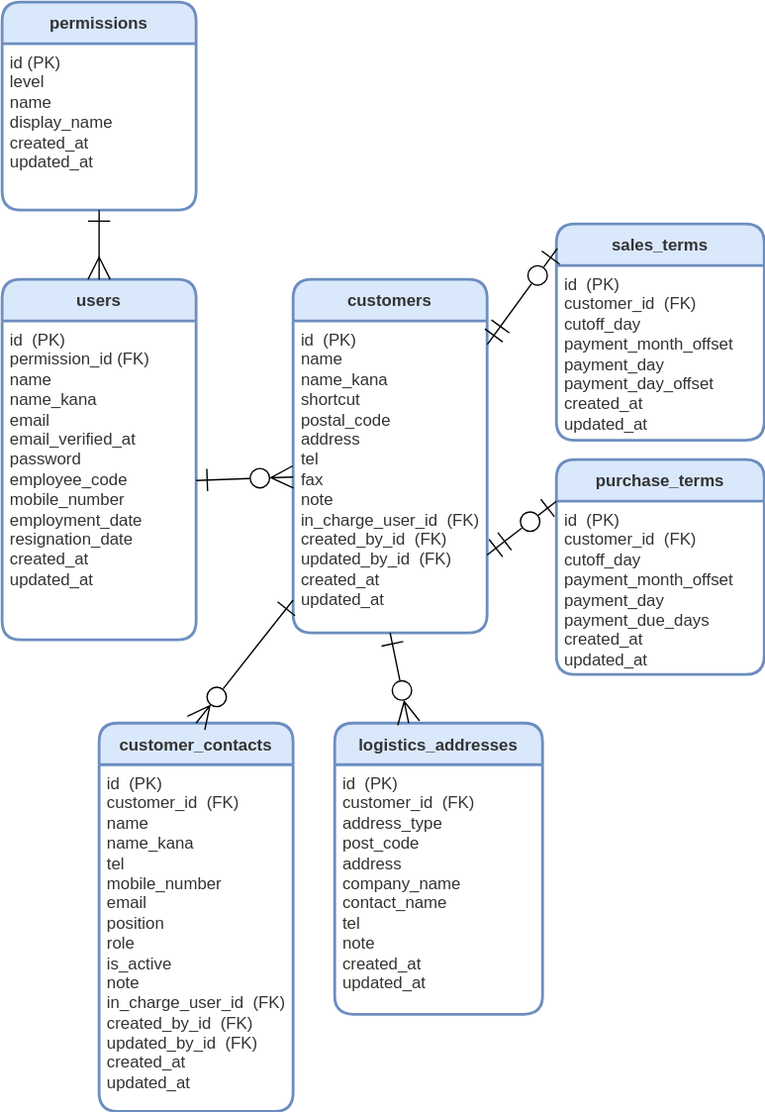
This is src/docs/ER.drawio.svg from ryo-tom/flagship, a draw.io export, as it was before one commit. Source tidied: cells renumbered, new cells last; positions are measured from the earlier drawing's top-left corner, leaving out a move shared by most shapes.
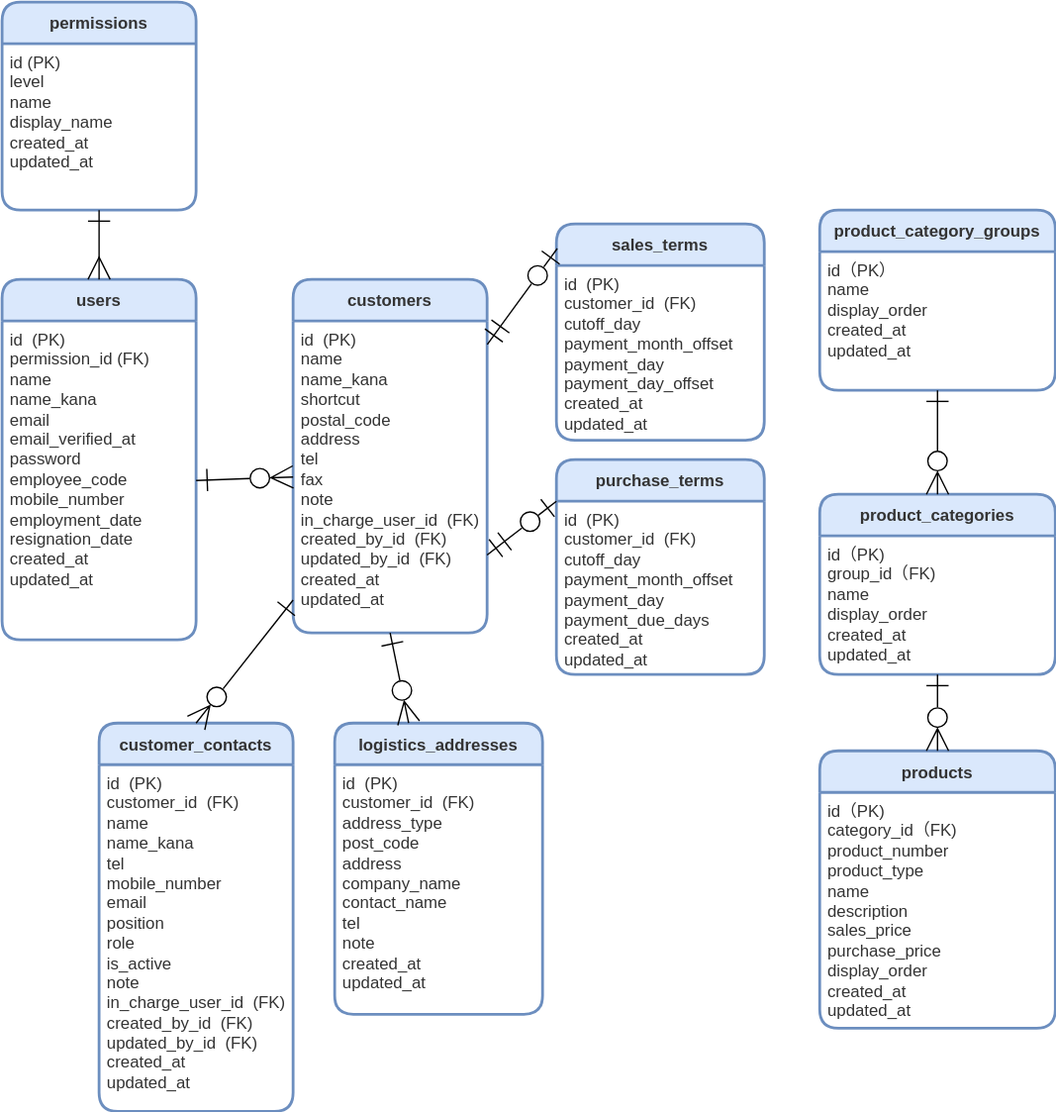
The same diagram one commit later.

The edit, as a diff of the source:
```diff
@@ -62,5 +62,29 @@
     <mxCell id="21" style="edgeStyle=none;shape=connector;rounded=1;jumpStyle=none;jumpSize=6;html=1;exitX=1;exitY=0.75;exitDx=0;exitDy=0;entryX=0;entryY=0;entryDx=0;entryDy=0;shadow=0;labelBackgroundColor=default;strokeColor=default;fontFamily=Helvetica;fontSize=12;fontColor=default;startArrow=ERmandOne;startFill=0;endArrow=ERzeroToOne;endFill=0;startSize=14;endSize=14;targetPerimeterSpacing=0;verticalAlign=top;" parent="1" edge="1" source="8" target="19">
       <mxGeometry relative="1" as="geometry" />
     </mxCell>
+    <mxCell id="22" value="product_category_groups" style="swimlane;horizontal=1;startSize=30;rounded=1;fontSize=12;fontStyle=1;strokeWidth=2;shadow=0;dashed=0;align=center;fillColor=#dae8fc;strokeColor=#6c8ebf;fontColor=#333333;labelBackgroundColor=none;gradientColor=none;swimlaneFillColor=#FFFFFF;verticalAlign=middle;" parent="1" vertex="1">
+      <mxGeometry x="590" y="150" width="170" height="130" as="geometry" />
+    </mxCell>
+    <mxCell id="23" value="&lt;div&gt;id（PK）&lt;/div&gt;&lt;div&gt;name&lt;/div&gt;&lt;div&gt;display_order&lt;/div&gt;&lt;div&gt;created_at&lt;/div&gt;&lt;div&gt;updated_at&lt;/div&gt;" style="align=left;strokeColor=none;fillColor=none;spacingLeft=4;fontSize=12;verticalAlign=top;fontColor=#333333;html=1;" parent="22" vertex="1">
+      <mxGeometry y="30" width="170" height="100" as="geometry" />
+    </mxCell>
+    <mxCell id="24" value="product_categories" style="swimlane;horizontal=1;startSize=30;rounded=1;fontSize=12;fontStyle=1;strokeWidth=2;shadow=0;dashed=0;align=center;fillColor=#dae8fc;strokeColor=#6c8ebf;fontColor=#333333;labelBackgroundColor=none;gradientColor=none;swimlaneFillColor=#FFFFFF;verticalAlign=middle;" parent="1" vertex="1">
+      <mxGeometry x="590" y="355" width="170" height="130" as="geometry" />
+    </mxCell>
+    <mxCell id="25" value="&lt;div&gt;id（PK)&lt;/div&gt;&lt;div&gt;group_id（FK)&lt;/div&gt;&lt;div&gt;name&lt;/div&gt;&lt;div&gt;display_order&lt;/div&gt;&lt;div&gt;created_at&lt;/div&gt;&lt;div&gt;updated_at&lt;/div&gt;" style="align=left;strokeColor=none;fillColor=none;spacingLeft=4;fontSize=12;verticalAlign=top;fontColor=#333333;html=1;" parent="24" vertex="1">
+      <mxGeometry y="30" width="170" height="100" as="geometry" />
+    </mxCell>
+    <mxCell id="26" style="edgeStyle=none;shape=connector;rounded=1;jumpStyle=none;jumpSize=6;html=1;exitX=0.5;exitY=1;exitDx=0;exitDy=0;shadow=0;labelBackgroundColor=default;strokeColor=default;fontFamily=Helvetica;fontSize=12;fontColor=default;startArrow=ERone;startFill=0;endArrow=ERzeroToMany;endFill=0;startSize=14;endSize=14;targetPerimeterSpacing=0;verticalAlign=top;entryX=0.5;entryY=0;entryDx=0;entryDy=0;" parent="1" edge="1" source="23" target="24">
+      <mxGeometry relative="1" as="geometry" />
+    </mxCell>
+    <mxCell id="27" value="products" style="swimlane;horizontal=1;startSize=30;rounded=1;fontSize=12;fontStyle=1;strokeWidth=2;shadow=0;dashed=0;align=center;fillColor=#dae8fc;strokeColor=#6c8ebf;fontColor=#333333;labelBackgroundColor=none;gradientColor=none;swimlaneFillColor=#FFFFFF;verticalAlign=middle;" parent="1" vertex="1">
+      <mxGeometry x="590" y="540" width="170" height="200" as="geometry" />
+    </mxCell>
+    <mxCell id="28" value="&lt;div&gt;id（PK)&lt;/div&gt;&lt;div&gt;category_id（FK)&lt;/div&gt;&lt;div&gt;product_number&lt;/div&gt;&lt;div&gt;product_type&lt;/div&gt;&lt;div&gt;name&lt;/div&gt;&lt;div&gt;description&lt;/div&gt;&lt;div&gt;sales_price&lt;/div&gt;&lt;div&gt;purchase_price&lt;/div&gt;&lt;div&gt;display_order&lt;/div&gt;&lt;div&gt;created_at&lt;/div&gt;&lt;div&gt;updated_at&lt;/div&gt;" style="align=left;strokeColor=none;fillColor=none;spacingLeft=4;fontSize=12;verticalAlign=top;fontColor=#333333;html=1;" parent="27" vertex="1">
+      <mxGeometry y="30" width="170" height="170" as="geometry" />
+    </mxCell>
+    <mxCell id="29" style="edgeStyle=none;shape=connector;rounded=1;jumpStyle=none;jumpSize=6;html=1;exitX=0.5;exitY=1;exitDx=0;exitDy=0;shadow=0;labelBackgroundColor=default;strokeColor=default;fontFamily=Helvetica;fontSize=12;fontColor=default;startArrow=ERone;startFill=0;endArrow=ERzeroToMany;endFill=0;startSize=14;endSize=14;targetPerimeterSpacing=0;verticalAlign=top;entryX=0.5;entryY=0;entryDx=0;entryDy=0;" parent="1" edge="1" source="25" target="27">
+      <mxGeometry relative="1" as="geometry" />
+    </mxCell>
   </root>
 </mxGraphModel>
```
